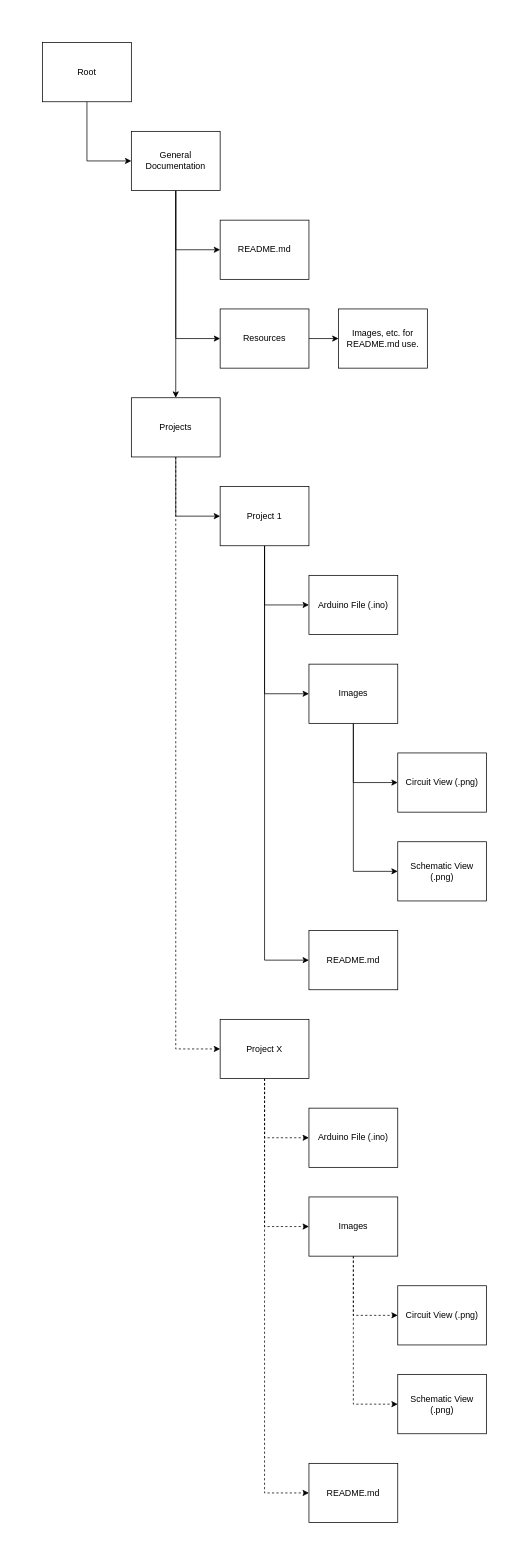
Before: General Documentation/Resources/AEP Project Structure.drawio in bcbhalili/arduino-embedded-programming, a draw.io diagram. Source tidied: cells renumbered, new cells numbered last; positions are measured from the earlier drawing's top-left corner, leaving out a move shared by most shapes. Both pictures are drawn from the tidied source at 74%, with x=0, y=0 at pixel (42, 42).
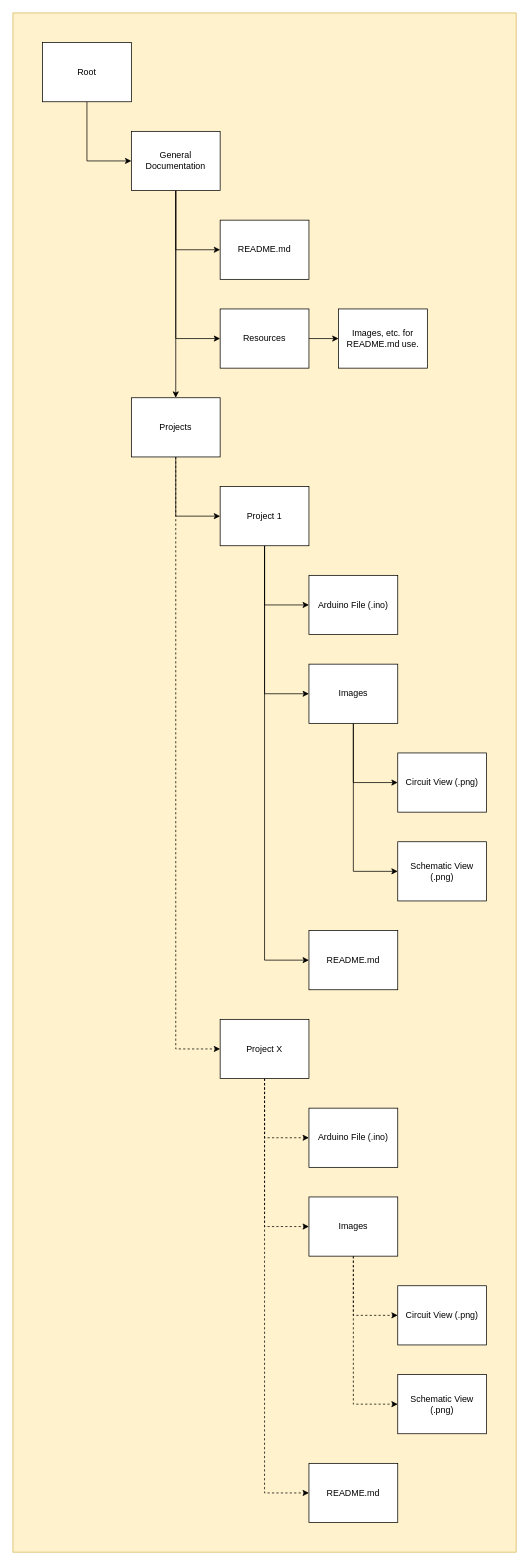
The same page after the edit.

Commit message (it also covers changes not shown here):
Refined Project Structure in README.md

Change to the diagram source:
```diff
@@
+    <mxCell id="37" style="rounded=0;whiteSpace=wrap;html=1;fillColor=#fff2cc;strokeColor=#d6b656;" parent="1" vertex="1">
+      <mxGeometry x="-40" y="-40" width="680" height="2080" as="geometry" />
+    </mxCell>
```
